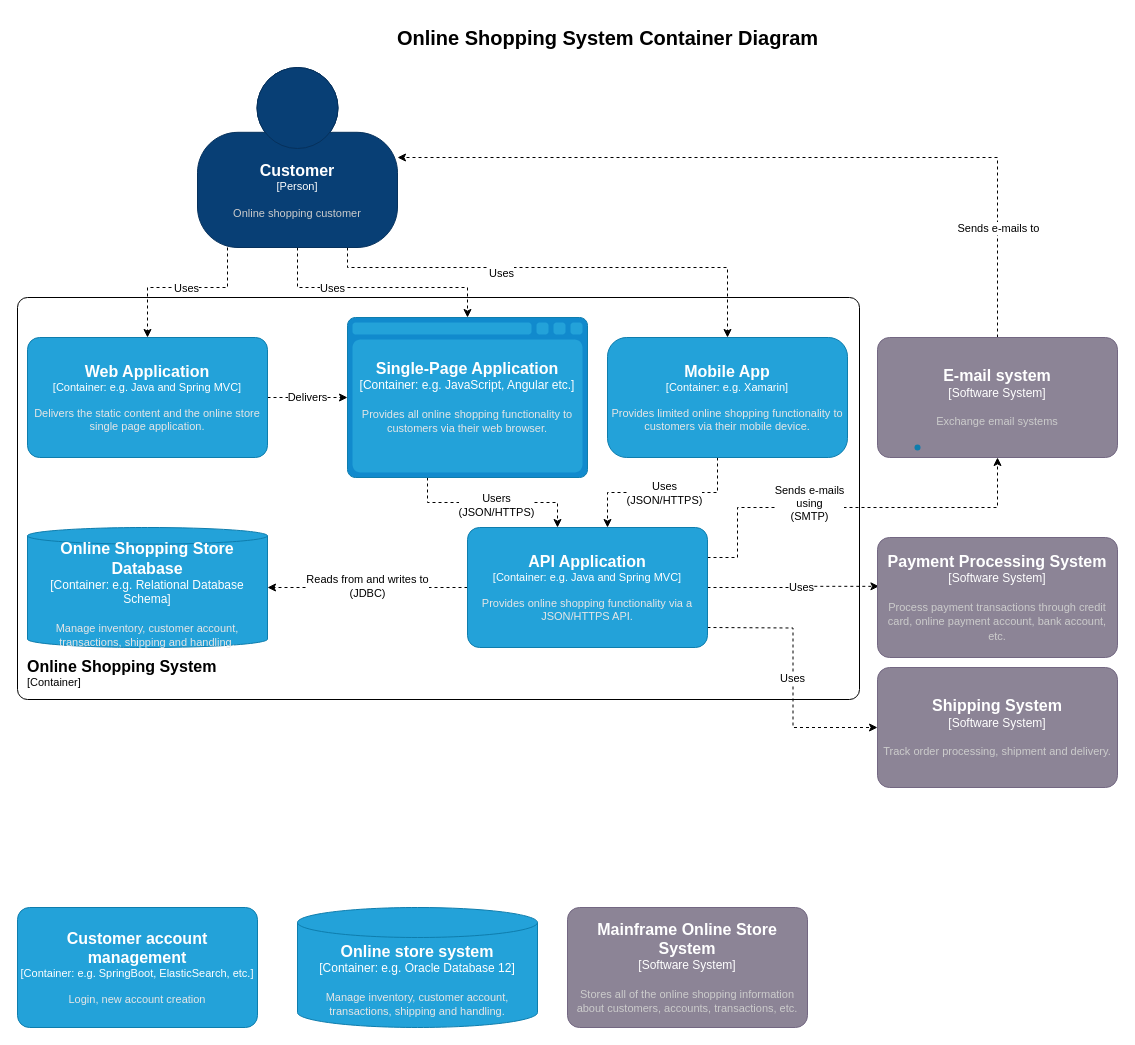
Above: OnlingShoppingStoreSystemDiagram.drawio in ilvfruits/hello-world (draw.io), before the change. Source tidied: cells renumbered, new cells numbered last; positions are measured from the earlier drawing's top-left corner, leaving out a move shared by most shapes. Both pictures are drawn from the tidied source at 100%, with x=0, y=0 at pixel (17, 17).
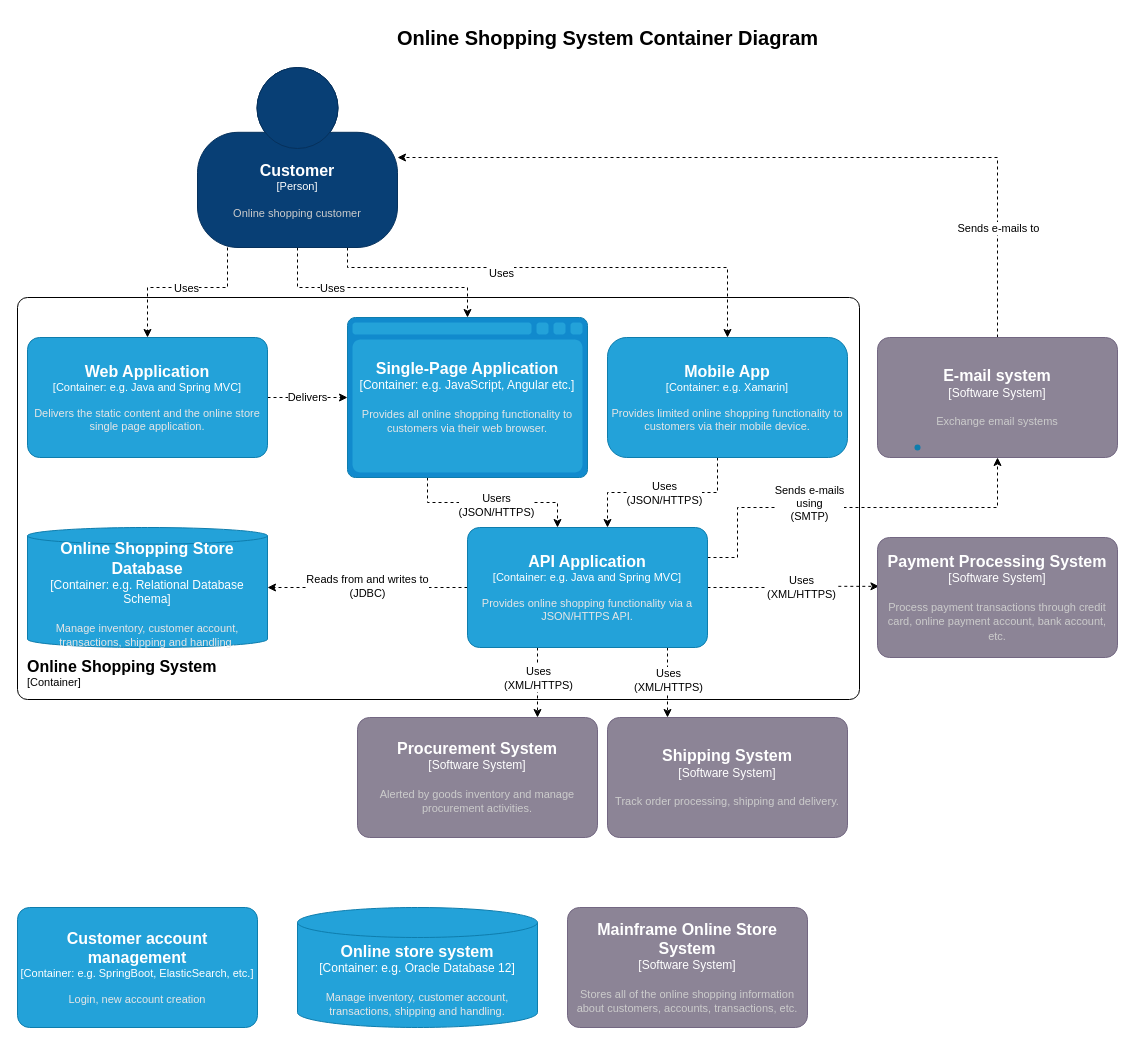
The same page after the edit.

Unchanged cells that the change refers to:
```xml
<mxCell id="31" style="edgeStyle=orthogonalEdgeStyle;rounded=0;jettySize=auto;html=1;entryX=0.006;entryY=0.407;entryDx=0;entryDy=0;entryPerimeter=0;dashed=1;" parent="1" edge="1" source="33" target="37">
  <mxGeometry relative="1" as="geometry" />
</mxCell>
<object id="33" label="&lt;font style=&quot;font-size: 16px&quot;&gt;&lt;b&gt;%c4Name%&lt;/b&gt;&lt;/font&gt;&lt;div&gt;[%c4Type%: %c4Technology%]&lt;/div&gt;&lt;br&gt;&lt;div&gt;&lt;font style=&quot;font-size: 11px&quot;&gt;&lt;font color=&quot;#E6E6E6&quot;&gt;%c4Description%&lt;/font&gt;&lt;/div&gt;" c4Description="Provides online shopping functionality via a JSON/HTTPS API." c4Name="API Application" c4Technology="e.g. Java and Spring MVC" c4Type="Container" placeholders="1">
  <mxCell style="rounded=1;whiteSpace=wrap;html=1;fontSize=11;labelBackgroundColor=none;fillColor=#23A2D9;fontColor=#ffffff;align=center;arcSize=10;strokeColor=#0E7DAD;points=[[0.25,0,0],[0.5,0,0],[0.75,0,0],[1,0.25,0],[1,0.5,0],[1,0.75,0],[0.75,1,0],[0.5,1,0],[0.25,1,0],[0,0.75,0],[0,0.5,0],[0,0.25,0]];" parent="1" vertex="1">
    <mxGeometry x="450" y="510" width="240" height="120" as="geometry" />
  </mxCell>
</object>
```

Change to the diagram source:
```diff
@@
-    <mxCell id="29" style="edgeStyle=orthogonalEdgeStyle;rounded=0;jettySize=auto;html=1;entryX=0;entryY=0.5;entryDx=0;entryDy=0;entryPerimeter=0;dashed=1;" parent="1" edge="1" target="36">
-      <mxGeometry relative="1" as="geometry">
-        <mxPoint x="690" y="610" as="sourcePoint" />
-      </mxGeometry>
-    </mxCell>
-    <mxCell id="30" value="Uses" style="edgeLabel;html=1;align=center;verticalAlign=middle;" parent="29" vertex="1">
-      <mxGeometry x="0.01" y="-1" relative="1" as="geometry" />
-    </mxCell>
@@
-    <mxCell id="32" value="Uses" style="edgeLabel;html=1;align=center;verticalAlign=middle;" parent="31" vertex="1">
+    <mxCell id="32" value="Uses&lt;br&gt;(XML/HTTPS)" style="edgeLabel;html=1;align=center;verticalAlign=middle;" parent="31" vertex="1">
       <mxGeometry x="0.11" y="-1" relative="1" as="geometry">
         <mxPoint x="-1" as="offset" />
       </mxGeometry>
     </mxCell>
+    <mxCell id="38" style="edgeStyle=orthogonalEdgeStyle;rounded=0;jettySize=auto;html=1;dashed=1;" parent="1" edge="1" source="33" target="42">
+      <mxGeometry relative="1" as="geometry">
+        <Array as="points">
+          <mxPoint x="520" y="660" />
+          <mxPoint x="520" y="660" />
+        </Array>
+      </mxGeometry>
+    </mxCell>
+    <mxCell id="39" value="Uses&lt;br&gt;(XML/HTTPS)" style="edgeLabel;html=1;align=center;verticalAlign=middle;" parent="38" vertex="1">
+      <mxGeometry x="-0.3" y="1" relative="1" as="geometry">
+        <mxPoint x="-1" y="5" as="offset" />
+      </mxGeometry>
+    </mxCell>
+    <mxCell id="40" style="edgeStyle=orthogonalEdgeStyle;rounded=0;jettySize=auto;html=1;entryX=0.25;entryY=0;entryDx=0;entryDy=0;entryPerimeter=0;dashed=1;" parent="1" edge="1" source="33" target="36">
+      <mxGeometry relative="1" as="geometry">
+        <Array as="points">
+          <mxPoint x="650" y="650" />
+          <mxPoint x="650" y="650" />
+        </Array>
+      </mxGeometry>
+    </mxCell>
+    <mxCell id="41" value="Uses&lt;br&gt;(XML/HTTPS)" style="edgeLabel;html=1;align=center;verticalAlign=middle;" parent="40" vertex="1">
+      <mxGeometry x="-0.09" relative="1" as="geometry" />
+    </mxCell>
@@
-    <object id="36" label="&lt;font style=&quot;font-size: 16px&quot;&gt;&lt;b&gt;%c4Name%&lt;/b&gt;&lt;/font&gt;&lt;div&gt;[%c4Type%]&lt;/div&gt;&lt;br&gt;&lt;div&gt;&lt;font style=&quot;font-size: 11px&quot;&gt;&lt;font color=&quot;#cccccc&quot;&gt;%c4Description%&lt;/font&gt;&lt;/div&gt;" c4Description="Track order processing, shipment and delivery." c4Name="Shipping System" c4Type="Software System" placeholders="1">
+    <object id="36" label="&lt;font style=&quot;font-size: 16px&quot;&gt;&lt;b&gt;%c4Name%&lt;/b&gt;&lt;/font&gt;&lt;div&gt;[%c4Type%]&lt;/div&gt;&lt;br&gt;&lt;div&gt;&lt;font style=&quot;font-size: 11px&quot;&gt;&lt;font color=&quot;#cccccc&quot;&gt;%c4Description%&lt;/font&gt;&lt;/div&gt;" c4Description="Track order processing, shipping and delivery." c4Name="Shipping System" c4Type="Software System" placeholders="1">
       <mxCell style="rounded=1;whiteSpace=wrap;html=1;labelBackgroundColor=none;fillColor=#8C8496;fontColor=#ffffff;align=center;arcSize=10;strokeColor=#736782;points=[[0.25,0,0],[0.5,0,0],[0.75,0,0],[1,0.25,0],[1,0.5,0],[1,0.75,0],[0.75,1,0],[0.5,1,0],[0.25,1,0],[0,0.75,0],[0,0.5,0],[0,0.25,0]];" parent="1" vertex="1">
-        <mxGeometry x="860" y="650" width="240" height="120" as="geometry" />
+        <mxGeometry x="590" y="700" width="240" height="120" as="geometry" />
       </mxCell>
     </object>
@@
+    <object id="42" label="&lt;font style=&quot;font-size: 16px&quot;&gt;&lt;b&gt;%c4Name%&lt;/b&gt;&lt;/font&gt;&lt;div&gt;[%c4Type%]&lt;/div&gt;&lt;br&gt;&lt;div&gt;&lt;font style=&quot;font-size: 11px&quot;&gt;&lt;font color=&quot;#cccccc&quot;&gt;%c4Description%&lt;/font&gt;&lt;/div&gt;" c4Description="Alerted by goods inventory and manage procurement activities." c4Name="Procurement System" c4Type="Software System" placeholders="1">
+      <mxCell style="rounded=1;whiteSpace=wrap;html=1;labelBackgroundColor=none;fillColor=#8C8496;fontColor=#ffffff;align=center;arcSize=10;strokeColor=#736782;points=[[0.25,0,0],[0.5,0,0],[0.75,0,0],[1,0.25,0],[1,0.5,0],[1,0.75,0],[0.75,1,0],[0.5,1,0],[0.25,1,0],[0,0.75,0],[0,0.5,0],[0,0.25,0]];" parent="1" vertex="1">
+        <mxGeometry x="340" y="700" width="240" height="120" as="geometry" />
+      </mxCell>
+    </object>
```
